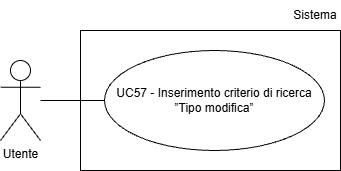
Team-Three-Technologies/Documenti keeps this draw.io diagram as assets/Use_Case_Diagrams/UC57.png. Above is the earlier version. Source tidied: cells renumbered, new cells last; positions are measured from the earlier drawing's top-left corner, leaving out a move shared by most shapes.
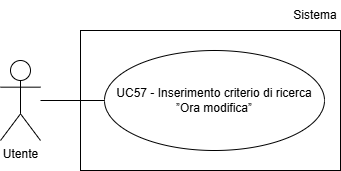
Later version of the same file.

Change to the diagram source:
```diff
@@ -5,14 +5,14 @@
     <mxCell id="2" value="Utente" style="shape=umlActor;verticalLabelPosition=bottom;verticalAlign=top;html=1;" parent="1" vertex="1">
       <mxGeometry y="60" width="40" height="80" as="geometry" />
     </mxCell>
-    <mxCell id="3" value="UC57 - Inserimento criterio di ricerca ”Tipo modifica”" style="ellipse;whiteSpace=wrap;html=1;align=center;" parent="1" vertex="1">
-      <mxGeometry x="104" y="50" width="220" height="100" as="geometry" />
-    </mxCell>
-    <mxCell id="4" style="endArrow=none;html=1;rounded=0;entryX=0;entryY=0.5;entryDx=0;entryDy=0;" parent="1" edge="1" target="3">
-      <mxGeometry relative="1" as="geometry">
-        <mxPoint x="40" y="100" as="sourcePoint" />
-      </mxGeometry>
-    </mxCell>
+    <mxCell id="7" value="UC57 - Inserimento criterio di ricerca ”Ora modifica”" style="ellipse;whiteSpace=wrap;html=1;align=center;" parent="1" vertex="1">
+      <mxGeometry x="104" y="50" width="220" height="100" as="geometry" />
+    </mxCell>
+    <mxCell id="8" style="endArrow=none;html=1;rounded=0;entryX=0;entryY=0.5;entryDx=0;entryDy=0;" parent="1" edge="1" target="7">
+      <mxGeometry relative="1" as="geometry">
+        <mxPoint x="40" y="100" as="sourcePoint" />
+      </mxGeometry>
+    </mxCell>
     <mxCell id="5" style="rounded=0;whiteSpace=wrap;html=1;fillColor=none;" parent="1" vertex="1">
       <mxGeometry x="80" y="30" width="260" height="140" as="geometry" />
     </mxCell>
```
